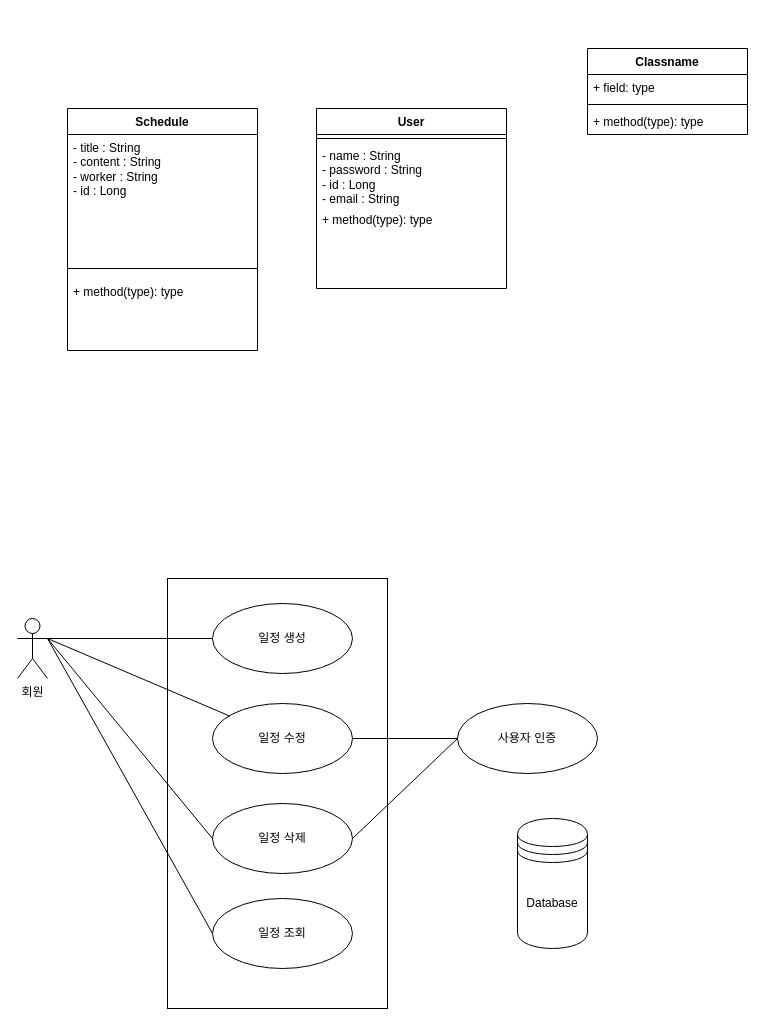
Earlier version of the draw.io diagram 제목 없는 다이어그램.drawio (kopite97/personalTask2). Source tidied: cells renumbered, new cells numbered last; positions are measured from the earlier drawing's top-left corner, leaving out a move shared by most shapes. Both pictures are drawn from the tidied source at 100%, with x=0, y=0 at pixel (17, 48).
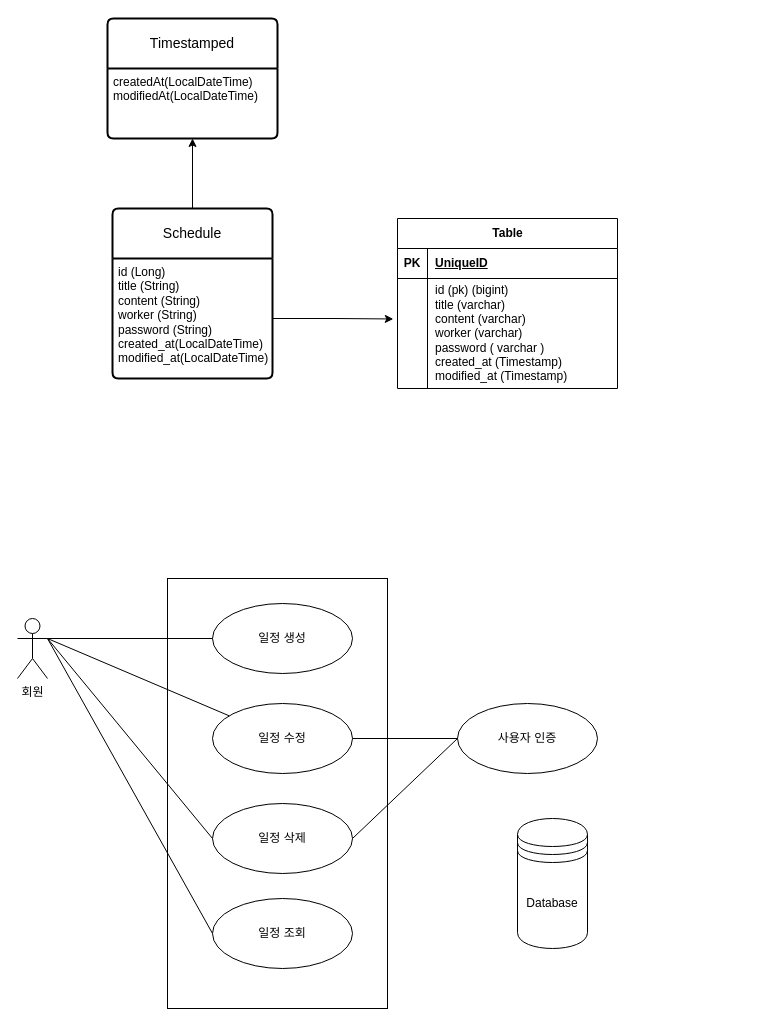
After the change.

Diff of the diagram source:
```diff
@@
-    <mxCell id="2" value="Schedule" style="swimlane;fontStyle=1;align=center;verticalAlign=top;horizontal=1;startSize=26;whiteSpace=wrap;html=1;" parent="1" vertex="1">
-      <mxGeometry x="50" y="60" width="190" height="242" as="geometry" />
-    </mxCell>
-    <mxCell id="3" value="- title : String&lt;div&gt;- content : String&lt;/div&gt;&lt;div&gt;- worker : String&lt;/div&gt;&lt;div&gt;- id : Long&lt;/div&gt;" style="text;strokeColor=none;fillColor=none;align=left;verticalAlign=top;spacingLeft=4;spacingRight=4;overflow=hidden;whiteSpace=wrap;html=1;" parent="2" vertex="1">
-      <mxGeometry y="26" width="190" height="124" as="geometry" />
-    </mxCell>
-    <mxCell id="4" style="line;strokeWidth=1;fillColor=none;align=left;verticalAlign=middle;spacingTop=-1;spacingLeft=3;spacingRight=3;labelPosition=right;strokeColor=inherit;" parent="2" vertex="1">
-      <mxGeometry y="150" width="190" height="20" as="geometry" />
-    </mxCell>
-    <mxCell id="5" value="+ method(type): type" style="text;strokeColor=none;fillColor=none;align=left;verticalAlign=top;spacingLeft=4;spacingRight=4;overflow=hidden;whiteSpace=wrap;html=1;" parent="2" vertex="1">
-      <mxGeometry y="170" width="190" height="72" as="geometry" />
-    </mxCell>
-    <mxCell id="6" value="Classname" style="swimlane;fontStyle=1;align=center;verticalAlign=top;horizontal=1;startSize=26;whiteSpace=wrap;html=1;" parent="1" vertex="1">
-      <mxGeometry x="570" width="160" height="86" as="geometry" />
-    </mxCell>
-    <mxCell id="7" value="+ field: type" style="text;strokeColor=none;fillColor=none;align=left;verticalAlign=top;spacingLeft=4;spacingRight=4;overflow=hidden;whiteSpace=wrap;html=1;" parent="6" vertex="1">
-      <mxGeometry y="26" width="160" height="26" as="geometry" />
-    </mxCell>
-    <mxCell id="8" style="line;strokeWidth=1;fillColor=none;align=left;verticalAlign=middle;spacingTop=-1;spacingLeft=3;spacingRight=3;labelPosition=right;strokeColor=inherit;" parent="6" vertex="1">
-      <mxGeometry y="52" width="160" height="8" as="geometry" />
-    </mxCell>
-    <mxCell id="9" value="+ method(type): type" style="text;strokeColor=none;fillColor=none;align=left;verticalAlign=top;spacingLeft=4;spacingRight=4;overflow=hidden;whiteSpace=wrap;html=1;" parent="6" vertex="1">
-      <mxGeometry y="60" width="160" height="26" as="geometry" />
-    </mxCell>
@@
-    <mxCell id="25" value="User" style="swimlane;fontStyle=1;align=center;verticalAlign=top;horizontal=1;startSize=26;whiteSpace=wrap;html=1;" parent="1" vertex="1">
-      <mxGeometry x="299" y="60" width="190" height="180" as="geometry" />
-    </mxCell>
-    <mxCell id="26" style="line;strokeWidth=1;fillColor=none;align=left;verticalAlign=middle;spacingTop=-1;spacingLeft=3;spacingRight=3;labelPosition=right;strokeColor=inherit;" parent="25" vertex="1">
-      <mxGeometry y="26" width="190" height="8" as="geometry" />
-    </mxCell>
-    <mxCell id="27" value="- name : String&lt;div&gt;- password : String&lt;/div&gt;&lt;div&gt;- id : Long&lt;/div&gt;&lt;div&gt;- email : String&lt;/div&gt;" style="text;strokeColor=none;fillColor=none;align=left;verticalAlign=top;spacingLeft=4;spacingRight=4;overflow=hidden;whiteSpace=wrap;html=1;" parent="25" vertex="1">
-      <mxGeometry y="34" width="190" height="64" as="geometry" />
-    </mxCell>
-    <mxCell id="28" value="+ method(type): type" style="text;strokeColor=none;fillColor=none;align=left;verticalAlign=top;spacingLeft=4;spacingRight=4;overflow=hidden;whiteSpace=wrap;html=1;" parent="25" vertex="1">
-      <mxGeometry y="98" width="190" height="82" as="geometry" />
-    </mxCell>
+    <mxCell id="29" style="edgeStyle=orthogonalEdgeStyle;rounded=0;jettySize=auto;html=1;entryX=0.5;entryY=1;entryDx=0;entryDy=0;" parent="1" edge="1" source="2" target="32">
+      <mxGeometry relative="1" as="geometry" />
+    </mxCell>
+    <mxCell id="2" value="Schedule" style="swimlane;horizontal=1;startSize=50;rounded=1;fontSize=14;fontStyle=0;strokeWidth=2;shadow=0;dashed=0;align=center;arcSize=4;whiteSpace=wrap;html=1;" parent="1" vertex="1">
+      <mxGeometry x="95" y="160" width="160" height="170" as="geometry" />
+    </mxCell>
+    <mxCell id="30" value="id (Long)&lt;div&gt;title (String)&lt;/div&gt;&lt;div&gt;content (String)&lt;/div&gt;&lt;div&gt;worker (String)&lt;/div&gt;&lt;div&gt;password (String)&lt;/div&gt;&lt;div&gt;created_at(LocalDateTime)&lt;/div&gt;&lt;div&gt;modified_at(LocalDateTime)&lt;/div&gt;" style="align=left;strokeColor=none;fillColor=none;spacingLeft=4;fontSize=12;verticalAlign=top;html=1;" parent="2" vertex="1">
+      <mxGeometry y="50" width="160" height="120" as="geometry" />
+    </mxCell>
+    <mxCell id="31" value="Timestamped" style="swimlane;horizontal=1;startSize=50;rounded=1;fontSize=14;fontStyle=0;strokeWidth=2;shadow=0;dashed=0;align=center;arcSize=4;whiteSpace=wrap;html=1;" parent="1" vertex="1">
+      <mxGeometry x="90" y="-30" width="170" height="120" as="geometry" />
+    </mxCell>
+    <mxCell id="32" value="createdAt(LocalDateTime)&lt;div&gt;modifiedAt(LocalDateTime)&lt;/div&gt;" style="align=left;strokeColor=none;fillColor=none;spacingLeft=4;fontSize=12;verticalAlign=top;html=1;" parent="31" vertex="1">
+      <mxGeometry y="50" width="170" height="70" as="geometry" />
+    </mxCell>
+    <mxCell id="33" value="Table" style="shape=table;startSize=30;childLayout=tableLayout;rowLines=0;fontStyle=1;align=center;html=1;" parent="1" vertex="1">
+      <mxGeometry x="380" y="170" width="220" height="170" as="geometry" />
+    </mxCell>
+    <mxCell id="34" style="shape=tableRow;horizontal=0;startSize=0;swimlaneHead=0;swimlaneBody=0;fillColor=none;top=0;left=0;right=0;bottom=1;" parent="33" vertex="1">
+      <mxGeometry y="30" width="220" height="30" as="geometry" />
+    </mxCell>
+    <mxCell id="35" value="PK" style="shape=partialRectangle;fillColor=none;top=0;left=0;bottom=0;right=0;fontStyle=1;overflow=hidden;whiteSpace=wrap;html=1;" parent="34" vertex="1">
+      <mxGeometry width="30" height="30" as="geometry" />
+    </mxCell>
+    <mxCell id="36" value="UniqueID" style="shape=partialRectangle;fillColor=none;top=0;left=0;bottom=0;right=0;align=left;spacingLeft=6;fontStyle=5;overflow=hidden;whiteSpace=wrap;html=1;" parent="34" vertex="1">
+      <mxGeometry x="30" width="190" height="30" as="geometry" />
+    </mxCell>
+    <mxCell id="37" style="shape=tableRow;horizontal=0;startSize=0;swimlaneHead=0;swimlaneBody=0;fillColor=none;points=[[0,0.5],[1,0.5]];portConstraint=eastwest;top=0;left=0;right=0;bottom=0;" parent="33" vertex="1">
+      <mxGeometry y="60" width="220" height="110" as="geometry" />
+    </mxCell>
+    <mxCell id="38" style="shape=partialRectangle;fillColor=none;top=0;left=0;bottom=0;right=0;overflow=hidden;whiteSpace=wrap;html=1;" parent="37" vertex="1">
+      <mxGeometry width="30" height="110" as="geometry" />
+    </mxCell>
+    <mxCell id="39" value="id (pk) (bigint)&lt;div&gt;title (varchar)&lt;/div&gt;&lt;div&gt;content (varchar)&lt;/div&gt;&lt;div&gt;worker (varchar)&lt;/div&gt;&lt;div&gt;password ( varchar )&lt;/div&gt;&lt;div&gt;created_at (Timestamp)&lt;/div&gt;&lt;div&gt;modified_at (Timestamp)&lt;/div&gt;" style="shape=partialRectangle;fillColor=none;top=0;left=0;bottom=0;right=0;align=left;spacingLeft=6;overflow=hidden;whiteSpace=wrap;html=1;" parent="37" vertex="1">
+      <mxGeometry x="30" width="190" height="110" as="geometry" />
+    </mxCell>
+    <mxCell id="40" style="edgeStyle=orthogonalEdgeStyle;rounded=0;jettySize=auto;html=1;entryX=-0.019;entryY=0.368;entryDx=0;entryDy=0;entryPerimeter=0;" parent="1" edge="1" source="30" target="37">
+      <mxGeometry relative="1" as="geometry" />
+    </mxCell>
```
